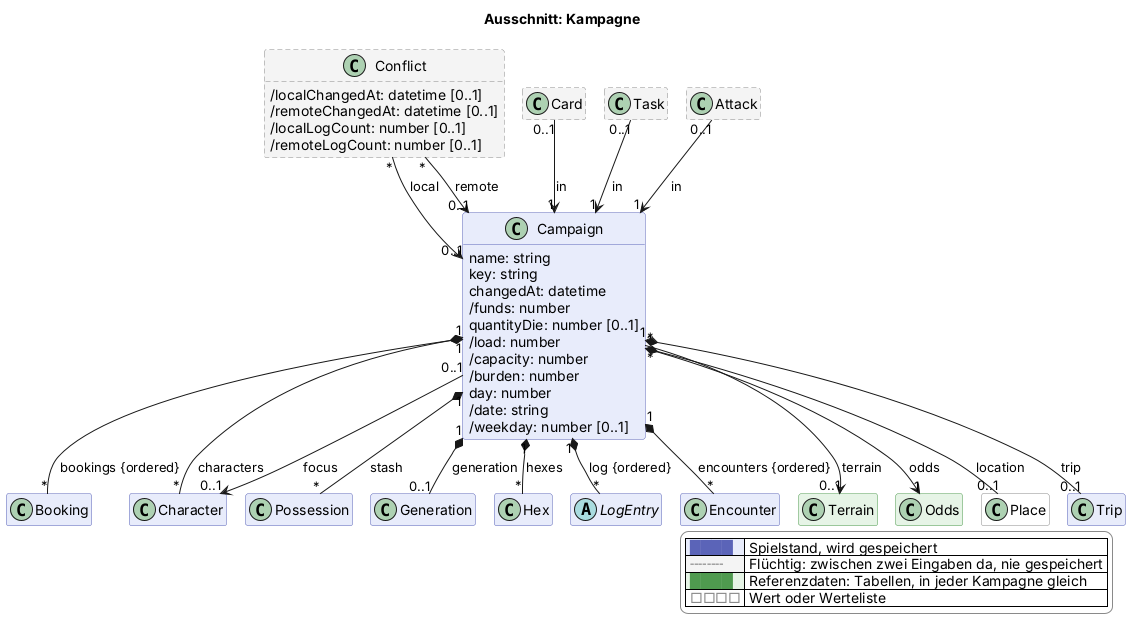
Before: docs/views/kampagne.png, a diagram exported from PlantUML (scuzzar/SRE).
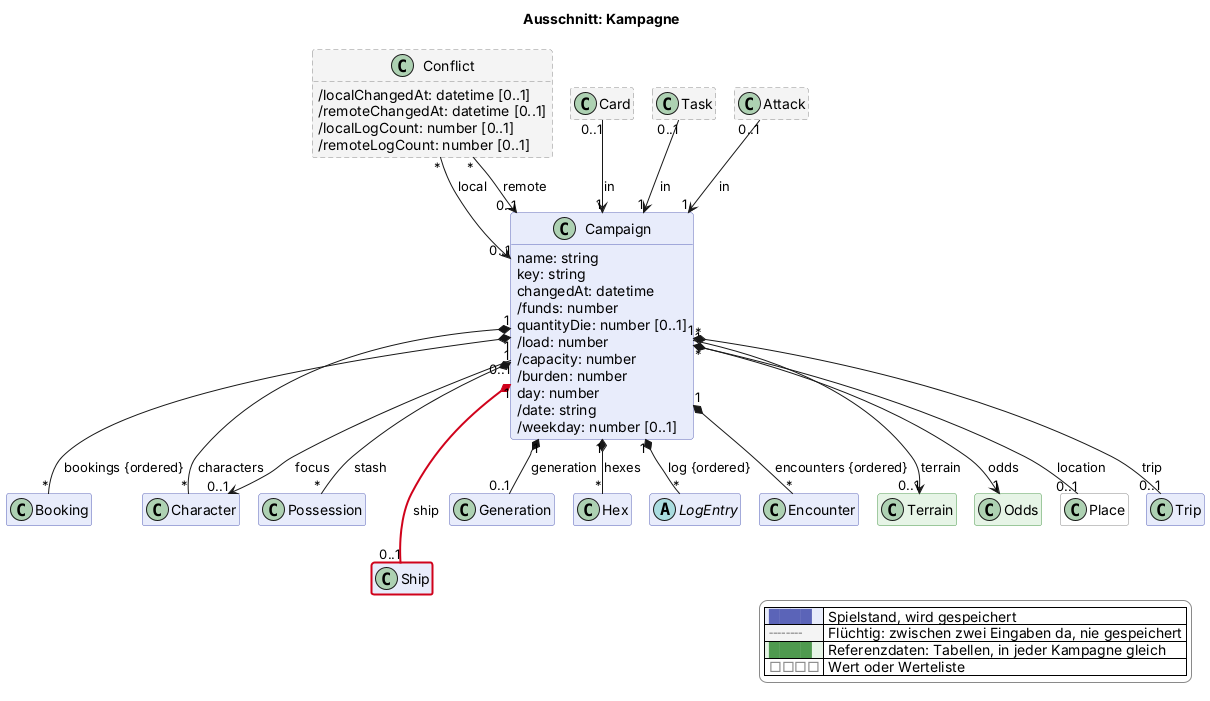
After the change.

What changed in the source:
```diff
@@ -83,6 +83,8 @@
   class Character $charakter
   class Possession $shop
 
+  class Ship $schiffe $newClass("2026-11-16")
+
   class Generation $erschaffung
 
   class Hex $sektor
@@ -115,6 +117,8 @@
 Conflict "*" --> "0..1" Campaign : local
 Conflict "*" --> "0..1" Campaign : remote
 
+Campaign "1" *-$newArrow("2026-11-16")-- "0..1" Ship : ship
+
 
 Campaign "1" *-- "0..1" Generation : generation
 
@@ -142,4 +146,5 @@
   |<#e6f4e6> <color:#4f9a4f>████</color> | Referenzdaten: Tabellen, in jeder Kampagne gleich |
   |<#ffffff> <color:#8a8a8a>□□□□</color> | Wert oder Werteliste |
 endlegend
+class Ship #line:d0021b;line.bold
 @enduml
```
